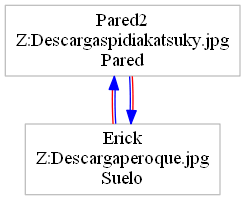
Above: objetos.png in ErickTejaxun/Practica1s22015_201213050 (Graphviz), before the change. Its source is kept beside it as objetos.dot.
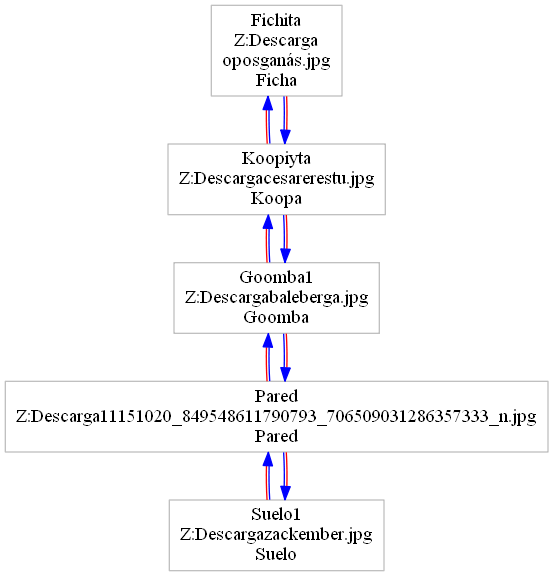
Later version of the same file.

The edit, as a diff of the source:
```diff
@@ -1,12 +1,42 @@
 digraph ColaAtencion {node [dir=both,shape=polygon, fontcolor="Black", height=0.5, color="Grey"]edge [color="blue", color="blue:red"]rankdir=BT
-"Erick
-Z:\Descarga\peroque.jpg
-Suelo"-> "Pared2
-Z:\Descarga\spidiakatsuky.jpg
+"Suelo1
+Z:\Descarga\zackember.jpg
+Suelo"-> "Pared
+Z:\Descarga\11151020_849548611790793_706509031286357333_n.jpg
 Pared"
-"Pared2
-Z:\Descarga\spidiakatsuky.jpg
-Pared"-> "Erick
-Z:\Descarga\peroque.jpg
+"Pared
+Z:\Descarga\11151020_849548611790793_706509031286357333_n.jpg
+Pared"-> "Suelo1
+Z:\Descarga\zackember.jpg
 Suelo"
+"Pared
+Z:\Descarga\11151020_849548611790793_706509031286357333_n.jpg
+Pared"-> "Goomba1
+Z:\Descarga\baleberga.jpg
+Goomba"
+"Goomba1
+Z:\Descarga\baleberga.jpg
+Goomba"-> "Pared
+Z:\Descarga\11151020_849548611790793_706509031286357333_n.jpg
+Pared"
+"Goomba1
+Z:\Descarga\baleberga.jpg
+Goomba"-> "Koopiyta
+Z:\Descarga\cesarerestu.jpg
+Koopa"
+"Koopiyta
+Z:\Descarga\cesarerestu.jpg
+Koopa"-> "Goomba1
+Z:\Descarga\baleberga.jpg
+Goomba"
+"Koopiyta
+Z:\Descarga\cesarerestu.jpg
+Koopa"-> "Fichita
+Z:\Descarga\noposganás.jpg
+Ficha"
+"Fichita
+Z:\Descarga\noposganás.jpg
+Ficha"-> "Koopiyta
+Z:\Descarga\cesarerestu.jpg
+Koopa"
 }
```
